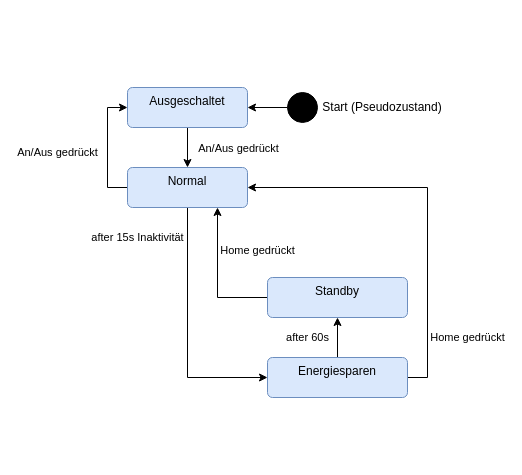
This is swt_h04/h04_A4.drawio from cortex359/matse-aachen.ws23, a draw.io file, before an edit. Source tidied: cells renumbered, new cells numbered last; positions are measured from the earlier drawing's top-left corner, leaving out a move shared by most shapes. Both pictures are drawn from the tidied source at 100%, with x=0, y=0 at pixel (127, 87).
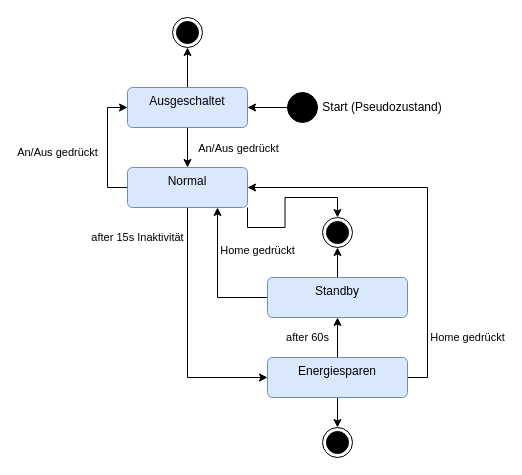
The same page after the edit.

Unchanged cells that the change refers to:
```xml
<mxCell id="6" value="Ausgeschaltet" style="html=1;align=center;verticalAlign=top;rounded=1;absoluteArcSize=1;arcSize=10;dashed=0;whiteSpace=wrap;fillColor=#dae8fc;strokeColor=#6c8ebf;" parent="1" vertex="1">
  <mxGeometry width="120" height="40" as="geometry" />
</mxCell>
<mxCell id="9" value="Standby" style="html=1;align=center;verticalAlign=top;rounded=1;absoluteArcSize=1;arcSize=10;dashed=0;whiteSpace=wrap;fillColor=#dae8fc;strokeColor=#6c8ebf;" parent="1" vertex="1">
  <mxGeometry x="140" y="190" width="140" height="40" as="geometry" />
</mxCell>
<mxCell id="12" value="Energiesparen" style="html=1;align=center;verticalAlign=top;rounded=1;absoluteArcSize=1;arcSize=10;dashed=0;whiteSpace=wrap;fillColor=#dae8fc;strokeColor=#6c8ebf;" parent="1" vertex="1">
  <mxGeometry x="140" y="270" width="140" height="40" as="geometry" />
</mxCell>
<mxCell id="15" value="Normal" style="html=1;align=center;verticalAlign=top;rounded=1;absoluteArcSize=1;arcSize=10;dashed=0;whiteSpace=wrap;fillColor=#dae8fc;strokeColor=#6c8ebf;" parent="1" vertex="1">
  <mxGeometry y="80" width="120" height="40" as="geometry" />
</mxCell>
```

The edit, as a diff of the source:
```diff
@@
+    <mxCell id="16" style="edgeStyle=orthogonalEdgeStyle;rounded=0;jettySize=auto;html=1;" parent="1" edge="1" source="6" target="20">
+      <mxGeometry relative="1" as="geometry" />
+    </mxCell>
@@
+    <mxCell id="17" style="edgeStyle=orthogonalEdgeStyle;rounded=0;jettySize=auto;html=1;" parent="1" edge="1" source="9" target="21">
+      <mxGeometry relative="1" as="geometry" />
+    </mxCell>
@@
+    <mxCell id="18" style="edgeStyle=orthogonalEdgeStyle;rounded=0;jettySize=auto;html=1;" parent="1" edge="1" source="12" target="22">
+      <mxGeometry relative="1" as="geometry" />
+    </mxCell>
@@
+    <mxCell id="19" style="edgeStyle=orthogonalEdgeStyle;rounded=0;jettySize=auto;html=1;exitX=1;exitY=1;exitDx=0;exitDy=0;" parent="1" edge="1" source="15" target="21">
+      <mxGeometry relative="1" as="geometry" />
+    </mxCell>
@@
+    <mxCell id="20" style="ellipse;html=1;shape=endState;fillColor=strokeColor;" parent="1" vertex="1">
+      <mxGeometry x="45" y="-70" width="30" height="30" as="geometry" />
+    </mxCell>
+    <mxCell id="21" style="ellipse;html=1;shape=endState;fillColor=strokeColor;" parent="1" vertex="1">
+      <mxGeometry x="195" y="130" width="30" height="30" as="geometry" />
+    </mxCell>
+    <mxCell id="22" style="ellipse;html=1;shape=endState;fillColor=strokeColor;" parent="1" vertex="1">
+      <mxGeometry x="195" y="340" width="30" height="30" as="geometry" />
+    </mxCell>
```
